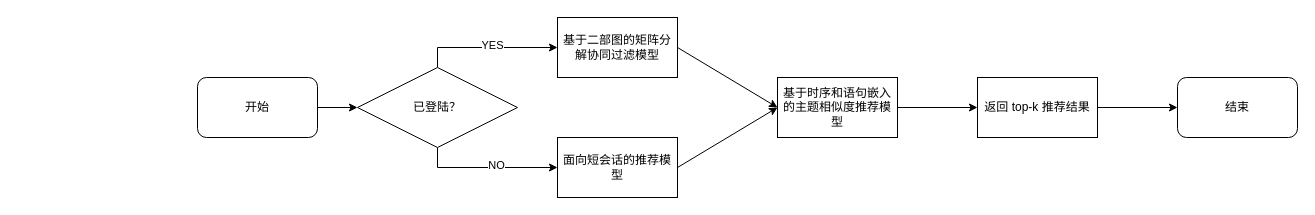
justxuewei/draw.io keeps this draw.io diagram as page "Page-9" (9 of 12) of 开题报告.drawio. Above is the earlier version. Source tidied: cells renumbered, new cells numbered last; positions are measured from the earlier drawing's top-left corner, leaving out a move shared by most shapes. Both pictures are drawn from the tidied source at 100%, with x=0, y=0 at pixel (197, 17).
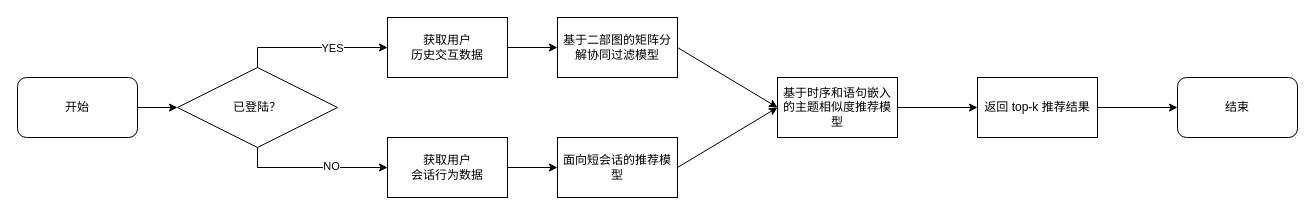
After the change.

The change refers to these unchanged cells:
```xml
<mxCell id="3" value="基于二部图的矩阵分解协同过滤模型" style="rounded=0;whiteSpace=wrap;html=1;" parent="1" vertex="1">
  <mxGeometry x="360" width="120" height="60" as="geometry" />
</mxCell>
<mxCell id="5" value="面向短会话的推荐模型" style="rounded=0;whiteSpace=wrap;html=1;" parent="1" vertex="1">
  <mxGeometry x="360" y="120" width="120" height="60" as="geometry" />
</mxCell>
```

Change to the diagram source:
```diff
@@
     <mxCell id="11" value="开始" style="rounded=1;whiteSpace=wrap;html=1;" parent="1" vertex="1">
-      <mxGeometry y="60" width="120" height="60" as="geometry" />
+      <mxGeometry x="-180" y="60" width="120" height="60" as="geometry" />
     </mxCell>
-    <mxCell id="12" style="edgeStyle=orthogonalEdgeStyle;rounded=0;jettySize=auto;html=1;exitX=0.5;exitY=0;exitDx=0;exitDy=0;entryX=0;entryY=0.5;entryDx=0;entryDy=0;" parent="1" edge="1" source="16" target="3">
-      <mxGeometry relative="1" as="geometry" />
-    </mxCell>
+    <mxCell id="18" style="edgeStyle=orthogonalEdgeStyle;rounded=0;jettySize=auto;html=1;exitX=0.5;exitY=0;exitDx=0;exitDy=0;" parent="1" edge="1" source="16" target="21">
+      <mxGeometry relative="1" as="geometry" />
+    </mxCell>
-    <mxCell id="13" value="YES" style="edgeLabel;html=1;align=center;verticalAlign=middle;" parent="12" vertex="1">
-      <mxGeometry x="0.06" y="3" relative="1" as="geometry" />
+    <mxCell id="13" value="YES" style="edgeLabel;html=1;align=center;verticalAlign=middle;" parent="18" vertex="1">
+      <mxGeometry x="0.25" relative="1" as="geometry" />
     </mxCell>
-    <mxCell id="14" style="edgeStyle=orthogonalEdgeStyle;rounded=0;jettySize=auto;html=1;exitX=0.5;exitY=1;exitDx=0;exitDy=0;entryX=0;entryY=0.5;entryDx=0;entryDy=0;" parent="1" edge="1" source="16" target="5">
-      <mxGeometry relative="1" as="geometry" />
-    </mxCell>
+    <mxCell id="19" style="edgeStyle=orthogonalEdgeStyle;rounded=0;jettySize=auto;html=1;exitX=0.5;exitY=1;exitDx=0;exitDy=0;" parent="1" edge="1" source="16" target="23">
+      <mxGeometry relative="1" as="geometry" />
+    </mxCell>
-    <mxCell id="15" value="NO" style="edgeLabel;html=1;align=center;verticalAlign=middle;" parent="14" vertex="1">
-      <mxGeometry x="0.11" y="3" relative="1" as="geometry" />
+    <mxCell id="15" value="NO" style="edgeLabel;html=1;align=center;verticalAlign=middle;" parent="19" vertex="1">
+      <mxGeometry x="0.24" y="2" relative="1" as="geometry" />
     </mxCell>
     <mxCell id="16" value="已登陆？" style="rhombus;whiteSpace=wrap;html=1;" parent="1" vertex="1">
-      <mxGeometry x="160" y="50" width="160" height="80" as="geometry" />
+      <mxGeometry x="-20" y="50" width="160" height="80" as="geometry" />
     </mxCell>
@@
+    <mxCell id="20" style="edgeStyle=orthogonalEdgeStyle;rounded=0;jettySize=auto;html=1;" parent="1" edge="1" source="21" target="3">
+      <mxGeometry relative="1" as="geometry" />
+    </mxCell>
+    <mxCell id="21" value="获取用户&lt;br&gt;历史交互数据" style="rounded=0;whiteSpace=wrap;html=1;" parent="1" vertex="1">
+      <mxGeometry x="190" width="120" height="60" as="geometry" />
+    </mxCell>
+    <mxCell id="22" style="edgeStyle=orthogonalEdgeStyle;rounded=0;jettySize=auto;html=1;" parent="1" edge="1" source="23" target="5">
+      <mxGeometry relative="1" as="geometry" />
+    </mxCell>
+    <mxCell id="23" value="获取用户&lt;br&gt;会话行为数据" style="rounded=0;whiteSpace=wrap;html=1;" parent="1" vertex="1">
+      <mxGeometry x="190" y="120" width="120" height="60" as="geometry" />
+    </mxCell>
```
